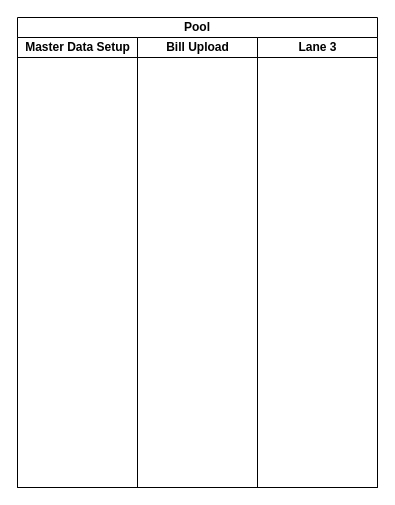
This is CloudBIllingWorkflow.drawio from Arif-Badhon/BongoBD, a draw.io file, before an edit. Source tidied: cells renumbered, new cells numbered last; positions are measured from the earlier drawing's top-left corner, leaving out a move shared by most shapes. Both pictures are drawn from the tidied source at 100%, with x=0, y=0 at pixel (17, 17).
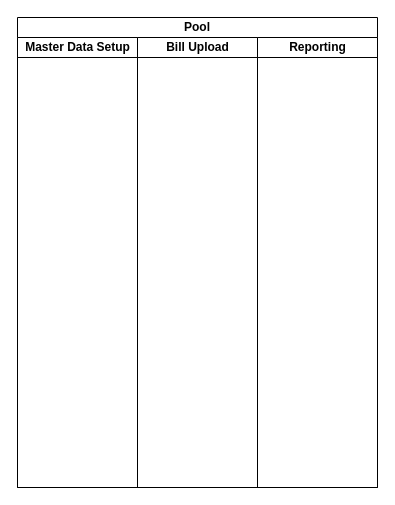
After the change.

The edit, as a diff of the source:
```diff
@@
 <mxGraphModel>
   <root>
     <mxCell id="0" />
     <mxCell id="1" parent="0" />
     <mxCell id="2" value="Pool" style="swimlane;html=1;startSize=20;whiteSpace=wrap;" parent="1" vertex="1">
       <mxGeometry width="360" height="470" as="geometry" />
     </mxCell>
     <mxCell id="3" value="Master Data Setup" style="swimlane;html=1;startSize=20;" parent="2" vertex="1">
       <mxGeometry y="20" width="120" height="450" as="geometry" />
     </mxCell>
     <mxCell id="4" value="Bill Upload" style="swimlane;html=1;startSize=20;" parent="2" vertex="1">
       <mxGeometry x="120" y="20" width="120" height="450" as="geometry" />
     </mxCell>
-    <mxCell id="5" value="Lane 3" style="swimlane;html=1;startSize=20;" parent="2" vertex="1">
+    <mxCell id="5" value="Reporting" style="swimlane;html=1;startSize=20;" parent="2" vertex="1">
       <mxGeometry x="240" y="20" width="120" height="450" as="geometry" />
     </mxCell>
   </root>
 </mxGraphModel>
```
